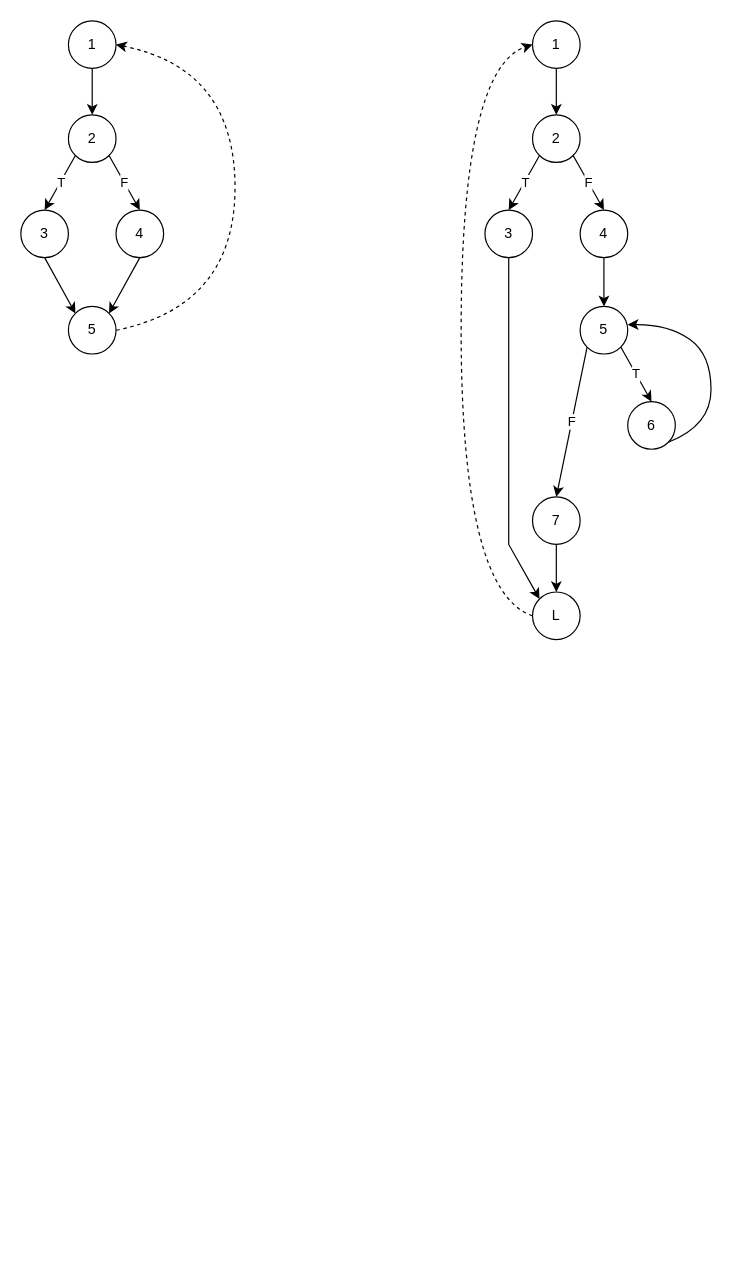
The draw.io diagram DiagramasContornos.drawio in XurxoMF/XurxoMF, before the edit. Source tidied: cells renumbered, new cells numbered last; positions are measured from the earlier drawing's top-left corner, leaving out a move shared by most shapes. Both pictures are drawn from the tidied source at 119%, with x=0, y=0 at pixel (20, 20).
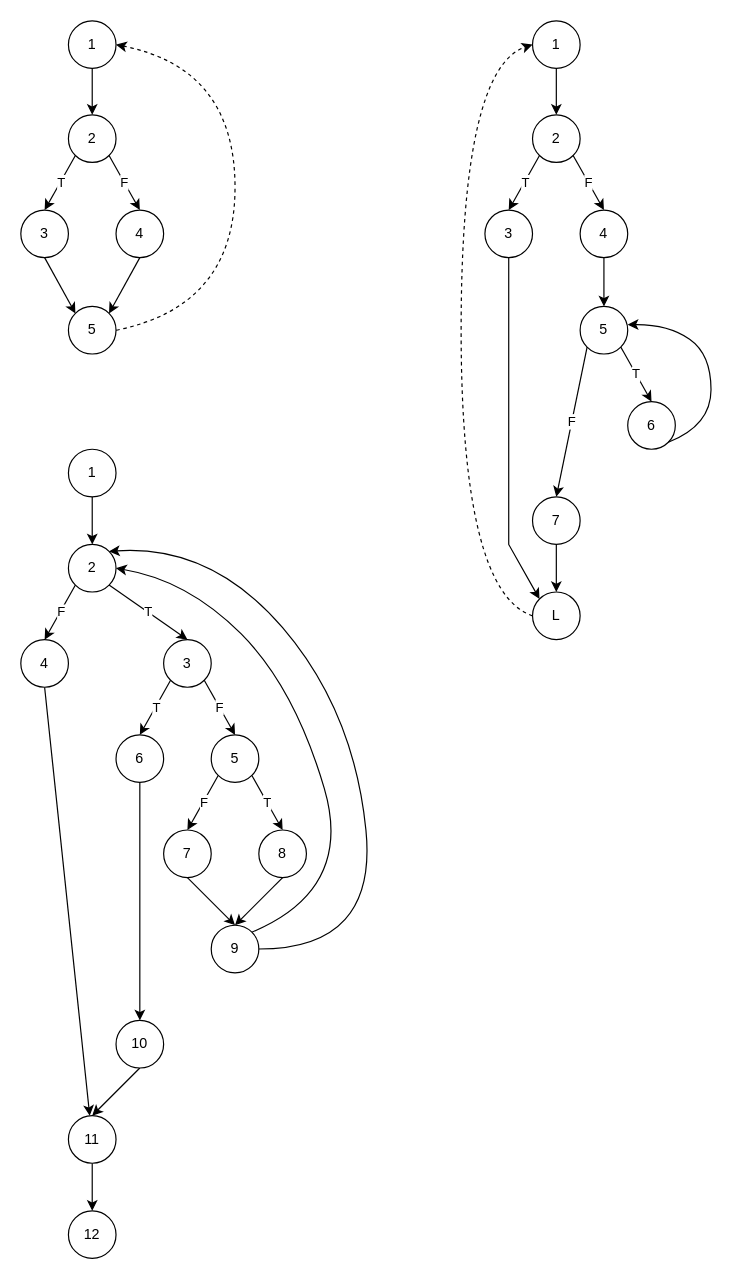
The same page after the edit.

Diff of the diagram source:
```diff
@@
+    <mxCell id="37" style="edgeStyle=orthogonalEdgeStyle;rounded=0;jettySize=auto;html=1;exitX=0.5;exitY=1;exitDx=0;exitDy=0;entryX=0.5;entryY=0;entryDx=0;entryDy=0;" parent="1" edge="1" source="38" target="39">
+      <mxGeometry relative="1" as="geometry" />
+    </mxCell>
+    <mxCell id="38" value="1" style="ellipse;whiteSpace=wrap;html=1;" parent="1" vertex="1">
+      <mxGeometry x="40" y="360" width="40" height="40" as="geometry" />
+    </mxCell>
+    <mxCell id="39" value="2" style="ellipse;whiteSpace=wrap;html=1;" parent="1" vertex="1">
+      <mxGeometry x="40" y="440" width="40" height="40" as="geometry" />
+    </mxCell>
+    <mxCell id="40" value="3" style="ellipse;whiteSpace=wrap;html=1;" parent="1" vertex="1">
+      <mxGeometry x="120" y="520" width="40" height="40" as="geometry" />
+    </mxCell>
+    <mxCell id="41" value="12" style="ellipse;whiteSpace=wrap;html=1;" parent="1" vertex="1">
+      <mxGeometry x="40" y="1000" width="40" height="40" as="geometry" />
+    </mxCell>
+    <mxCell id="42" style="rounded=0;jettySize=auto;html=1;exitX=0.5;exitY=1;exitDx=0;exitDy=0;" parent="1" edge="1" source="43" target="49">
+      <mxGeometry relative="1" as="geometry" />
+    </mxCell>
+    <mxCell id="43" value="4" style="ellipse;whiteSpace=wrap;html=1;" parent="1" vertex="1">
+      <mxGeometry y="520" width="40" height="40" as="geometry" />
+    </mxCell>
+    <mxCell id="44" style="endArrow=classic;html=1;rounded=0;entryX=0.5;entryY=0;entryDx=0;entryDy=0;exitX=1;exitY=1;exitDx=0;exitDy=0;" parent="1" edge="1" source="39" target="40">
+      <mxGeometry relative="1" as="geometry" />
+    </mxCell>
+    <mxCell id="45" value="T" style="edgeLabel;html=1;align=center;verticalAlign=middle;" parent="44" vertex="1">
+      <mxGeometry relative="1" as="geometry" />
+    </mxCell>
+    <mxCell id="46" style="endArrow=classic;html=1;rounded=0;entryX=0.5;entryY=0;entryDx=0;entryDy=0;exitX=0;exitY=1;exitDx=0;exitDy=0;" parent="1" edge="1" source="39" target="43">
+      <mxGeometry relative="1" as="geometry" />
+    </mxCell>
+    <mxCell id="47" value="F" style="edgeLabel;html=1;align=center;verticalAlign=middle;" parent="46" vertex="1">
+      <mxGeometry relative="1" as="geometry" />
+    </mxCell>
+    <mxCell id="48" style="edgeStyle=none;rounded=0;jettySize=auto;html=1;exitX=0.5;exitY=1;exitDx=0;exitDy=0;entryX=0.5;entryY=0;entryDx=0;entryDy=0;" parent="1" edge="1" source="49" target="41">
+      <mxGeometry relative="1" as="geometry" />
+    </mxCell>
+    <mxCell id="49" value="11" style="ellipse;whiteSpace=wrap;html=1;" parent="1" vertex="1">
+      <mxGeometry x="40" y="920" width="40" height="40" as="geometry" />
+    </mxCell>
+    <mxCell id="50" style="edgeStyle=none;rounded=0;jettySize=auto;html=1;exitX=0.5;exitY=1;exitDx=0;exitDy=0;entryX=0.5;entryY=0;entryDx=0;entryDy=0;" parent="1" edge="1" source="51" target="58">
+      <mxGeometry relative="1" as="geometry" />
+    </mxCell>
+    <mxCell id="51" value="6" style="ellipse;whiteSpace=wrap;html=1;" parent="1" vertex="1">
+      <mxGeometry x="80" y="600" width="40" height="40" as="geometry" />
+    </mxCell>
+    <mxCell id="52" value="5" style="ellipse;whiteSpace=wrap;html=1;" parent="1" vertex="1">
+      <mxGeometry x="160" y="600" width="40" height="40" as="geometry" />
+    </mxCell>
+    <mxCell id="53" style="endArrow=classic;html=1;rounded=0;entryX=0.5;entryY=0;entryDx=0;entryDy=0;exitX=0;exitY=1;exitDx=0;exitDy=0;" parent="1" edge="1" source="40" target="51">
+      <mxGeometry relative="1" as="geometry" />
+    </mxCell>
+    <mxCell id="54" value="T" style="edgeLabel;html=1;align=center;verticalAlign=middle;" parent="53" vertex="1">
+      <mxGeometry relative="1" as="geometry" />
+    </mxCell>
+    <mxCell id="55" style="endArrow=classic;html=1;rounded=0;entryX=0.5;entryY=0;entryDx=0;entryDy=0;exitX=1;exitY=1;exitDx=0;exitDy=0;" parent="1" edge="1" source="40" target="52">
+      <mxGeometry relative="1" as="geometry" />
+    </mxCell>
+    <mxCell id="56" value="F" style="edgeLabel;html=1;align=center;verticalAlign=middle;" parent="55" vertex="1">
+      <mxGeometry relative="1" as="geometry" />
+    </mxCell>
+    <mxCell id="57" style="edgeStyle=none;rounded=0;jettySize=auto;html=1;exitX=0.5;exitY=1;exitDx=0;exitDy=0;entryX=0.5;entryY=0;entryDx=0;entryDy=0;" parent="1" edge="1" source="58" target="49">
+      <mxGeometry relative="1" as="geometry" />
+    </mxCell>
+    <mxCell id="58" value="10" style="ellipse;whiteSpace=wrap;html=1;" parent="1" vertex="1">
+      <mxGeometry x="80" y="840" width="40" height="40" as="geometry" />
+    </mxCell>
+    <mxCell id="59" style="edgeStyle=none;rounded=0;jettySize=auto;html=1;exitX=0.5;exitY=1;exitDx=0;exitDy=0;entryX=0.5;entryY=0;entryDx=0;entryDy=0;" parent="1" edge="1" source="60" target="69">
+      <mxGeometry relative="1" as="geometry" />
+    </mxCell>
+    <mxCell id="60" value="7" style="ellipse;whiteSpace=wrap;html=1;" parent="1" vertex="1">
+      <mxGeometry x="120" y="680" width="40" height="40" as="geometry" />
+    </mxCell>
+    <mxCell id="61" style="edgeStyle=none;rounded=0;jettySize=auto;html=1;exitX=0.5;exitY=1;exitDx=0;exitDy=0;" parent="1" edge="1" source="62">
+      <mxGeometry relative="1" as="geometry">
+        <mxPoint x="180" y="760" as="targetPoint" />
+      </mxGeometry>
+    </mxCell>
+    <mxCell id="62" value="8" style="ellipse;whiteSpace=wrap;html=1;" parent="1" vertex="1">
+      <mxGeometry x="200" y="680" width="40" height="40" as="geometry" />
+    </mxCell>
+    <mxCell id="63" style="endArrow=classic;html=1;rounded=0;exitX=1;exitY=1;exitDx=0;exitDy=0;entryX=0.5;entryY=0;entryDx=0;entryDy=0;" parent="1" edge="1" source="52" target="62">
+      <mxGeometry relative="1" as="geometry" />
+    </mxCell>
+    <mxCell id="64" value="T" style="edgeLabel;html=1;align=center;verticalAlign=middle;" parent="63" vertex="1">
+      <mxGeometry relative="1" as="geometry" />
+    </mxCell>
+    <mxCell id="65" style="endArrow=classic;html=1;rounded=0;exitX=0;exitY=1;exitDx=0;exitDy=0;entryX=0.5;entryY=0;entryDx=0;entryDy=0;" parent="1" edge="1" source="52" target="60">
+      <mxGeometry relative="1" as="geometry" />
+    </mxCell>
+    <mxCell id="66" value="F" style="edgeLabel;html=1;align=center;verticalAlign=middle;" parent="65" vertex="1">
+      <mxGeometry relative="1" as="geometry" />
+    </mxCell>
+    <mxCell id="67" style="curved=1;endArrow=classic;html=1;rounded=0;exitX=1;exitY=0;exitDx=0;exitDy=0;entryX=1;entryY=0.5;entryDx=0;entryDy=0;" parent="1" edge="1" source="69" target="39">
+      <mxGeometry relative="1" as="geometry">
+        <Array as="points">
+          <mxPoint x="280" y="730" />
+          <mxPoint x="230" y="560" />
+          <mxPoint x="140" y="470" />
+        </Array>
+      </mxGeometry>
+    </mxCell>
+    <mxCell id="68" style="curved=1;endArrow=classic;html=1;rounded=0;exitX=1;exitY=0.5;exitDx=0;exitDy=0;entryX=1;entryY=0;entryDx=0;entryDy=0;" parent="1" edge="1" source="69" target="39">
+      <mxGeometry relative="1" as="geometry">
+        <Array as="points">
+          <mxPoint x="300" y="780" />
+          <mxPoint x="280" y="580" />
+          <mxPoint x="160" y="440" />
+        </Array>
+      </mxGeometry>
+    </mxCell>
+    <mxCell id="69" value="9" style="ellipse;whiteSpace=wrap;html=1;" parent="1" vertex="1">
+      <mxGeometry x="160" y="760" width="40" height="40" as="geometry" />
+    </mxCell>
```
